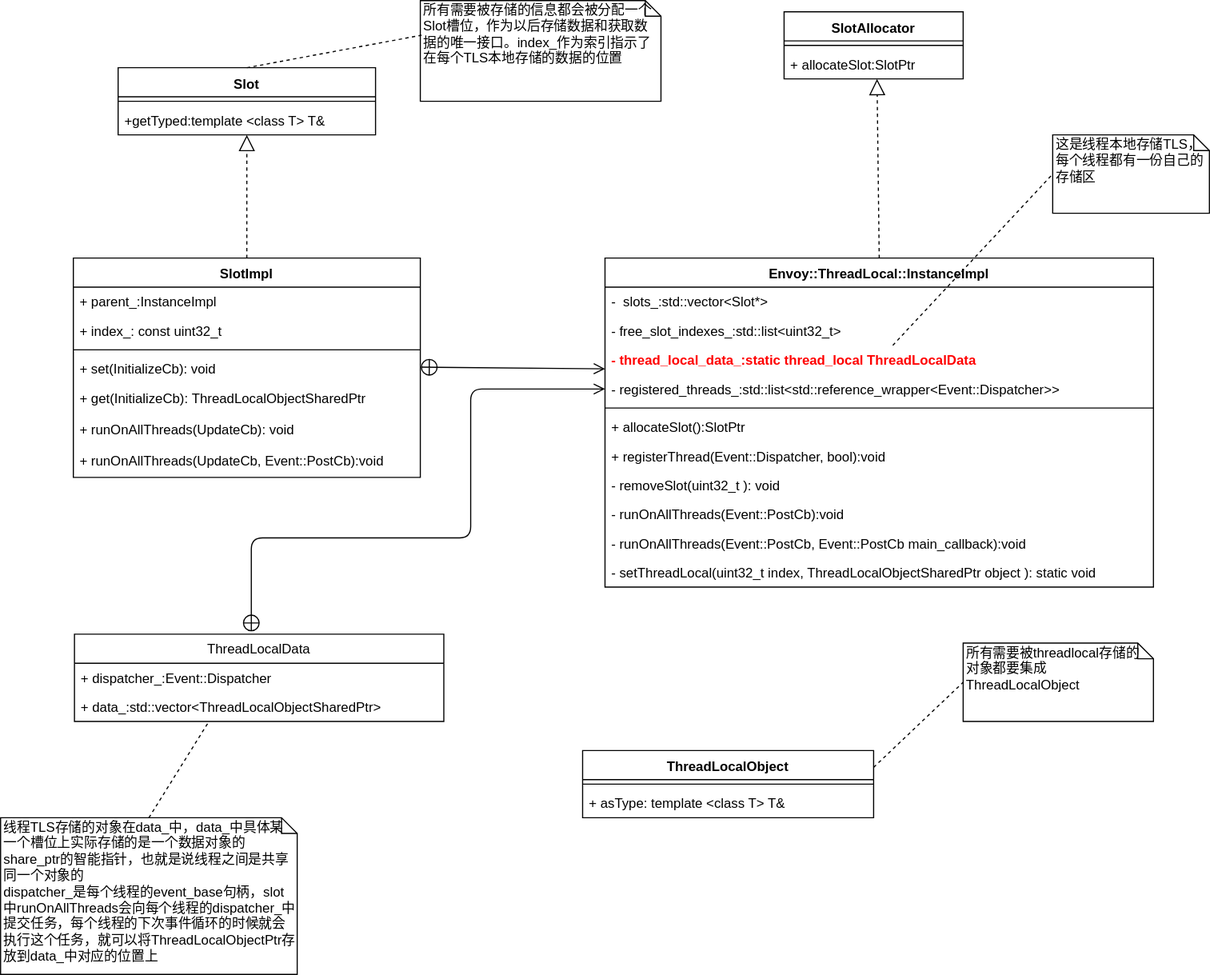
Above: envoy/assets/threadlocalclass.drawio.svg in pycer/note (draw.io), before the change. Source tidied: cells renumbered, new cells last; positions are measured from the earlier drawing's top-left corner, leaving out a move shared by most shapes.
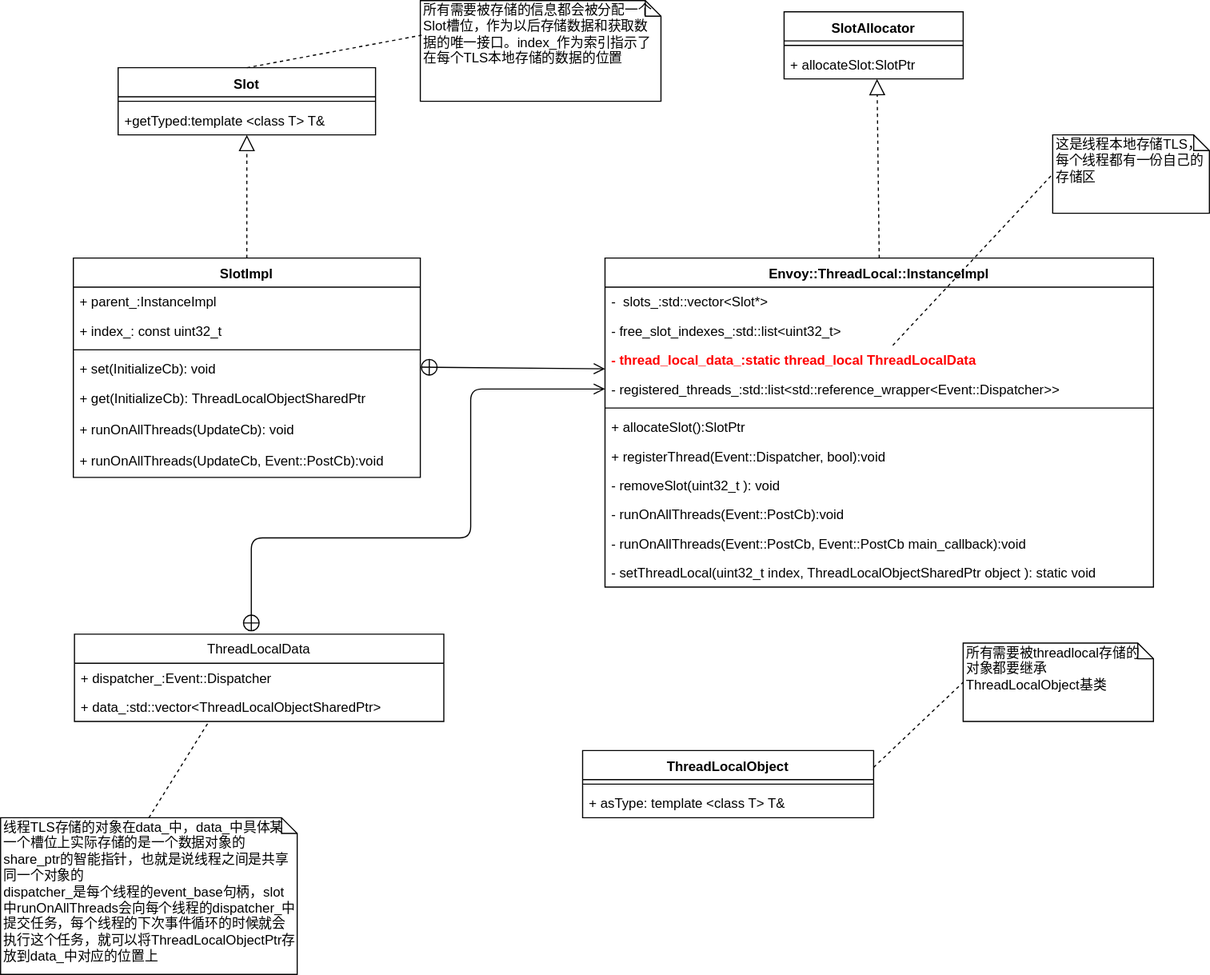
Later version of the same file.

Change to the diagram source:
```diff
@@ -124,7 +124,7 @@
     <mxCell id="38" value="+ asType: template &lt;class T&gt; T&amp;&#10; " style="text;strokeColor=none;fillColor=none;align=left;verticalAlign=top;spacingLeft=4;spacingRight=4;overflow=hidden;" parent="36" vertex="1">
       <mxGeometry y="34" width="260" height="26" as="geometry" />
     </mxCell>
-    <mxCell id="39" value="所有需要被threadlocal存储的对象都要集成ThreadLocalObject" style="shape=note;whiteSpace=wrap;html=1;size=14;verticalAlign=top;align=left;spacingTop=-6;fontColor=#000000;" parent="1" vertex="1">
+    <mxCell id="39" value="所有需要被threadlocal存储的对象都要继承ThreadLocalObject基类" style="shape=note;whiteSpace=wrap;html=1;size=14;verticalAlign=top;align=left;spacingTop=-6;fontColor=#000000;" parent="1" vertex="1">
       <mxGeometry x="860" y="574" width="170" height="70" as="geometry" />
     </mxCell>
     <mxCell id="40" style="endArrow=none;html=1;dashed=1;fontColor=#000000;entryX=0;entryY=0.5;entryDx=0;entryDy=0;entryPerimeter=0;" parent="1" edge="1" source="15" target="28">
```
